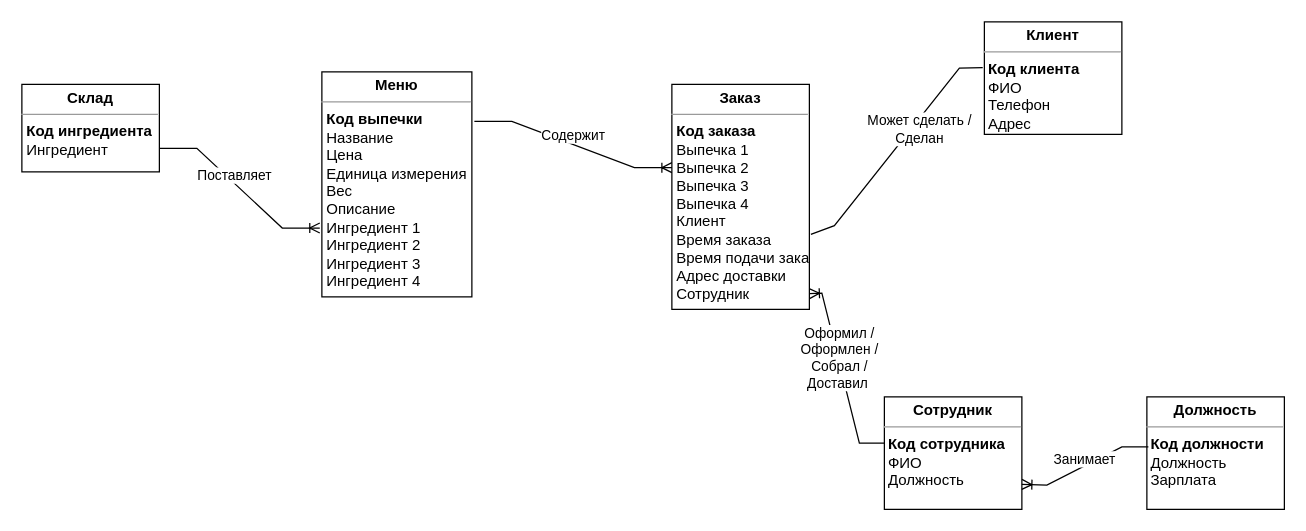
This is page "Обоснование 6" (6 of 6) of Обоснование.drawio from Rattokun/ModelRep, a draw.io file, before an edit. Source tidied: cells renumbered, new cells numbered last; positions are measured from the earlier drawing's top-left corner, leaving out a move shared by most shapes. Both pictures are drawn from the tidied source at 125%, with x=0, y=0 at pixel (21, 21).
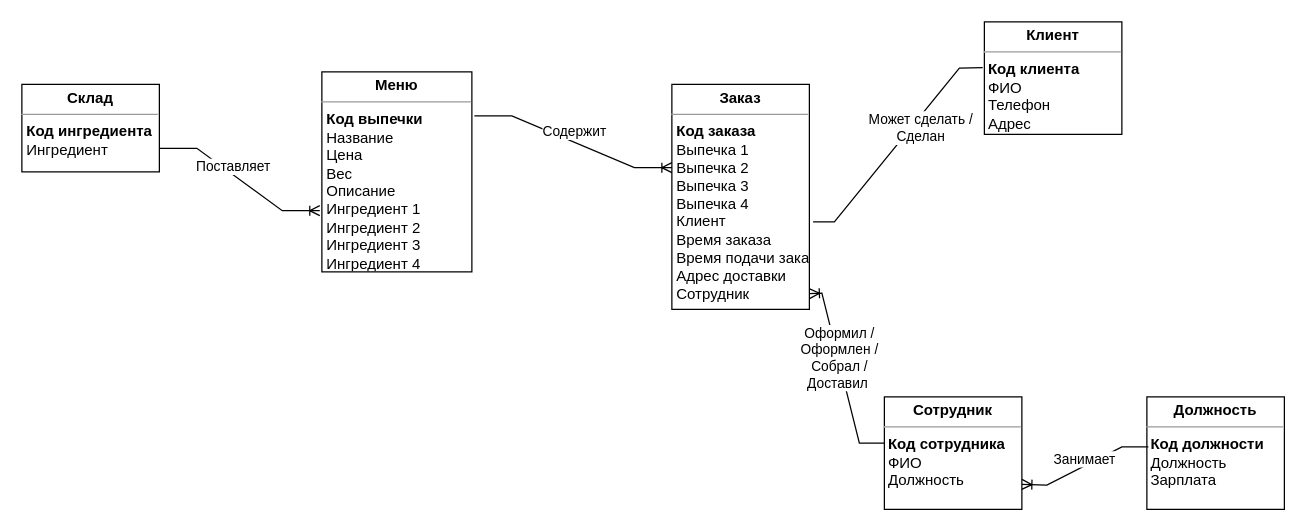
After the change.

The change refers to these unchanged cells:
```xml
<mxCell id="2" value="&lt;p style=&quot;margin: 0px ; margin-top: 4px ; text-align: center&quot;&gt;&lt;b&gt;Заказ&lt;/b&gt;&lt;/p&gt;&lt;hr size=&quot;1&quot;&gt;&lt;p style=&quot;border-color: var(--border-color); margin: 0px 0px 0px 4px;&quot;&gt;&lt;b&gt;Код заказа&lt;br&gt;&lt;/b&gt;&lt;/p&gt;&lt;p style=&quot;border-color: var(--border-color); margin: 0px 0px 0px 4px;&quot;&gt;Выпечка 1&lt;br&gt;Выпечка&amp;nbsp;2&amp;nbsp;&lt;br&gt;Выпечка&amp;nbsp;3&lt;br&gt;Выпечка&amp;nbsp;4&lt;/p&gt;&lt;p style=&quot;border-color: var(--border-color); margin: 0px 0px 0px 4px;&quot;&gt;Клиент&lt;br&gt;Время заказа&lt;/p&gt;&lt;p style=&quot;border-color: var(--border-color); margin: 0px 0px 0px 4px;&quot;&gt;Время подачи заказа&lt;/p&gt;&lt;p style=&quot;border-color: var(--border-color); margin: 0px 0px 0px 4px;&quot;&gt;Адрес доставки&lt;br&gt;Сотрудник&lt;/p&gt;" style="verticalAlign=top;align=left;overflow=fill;fontSize=12;fontFamily=Helvetica;html=1;points=[[0,0,0,0,0],[0,0.35,0,0,0],[0,0.5,0,0,0],[0,0.75,0,0,0],[0,1,0,0,0],[0.25,0,0,0,0],[0.25,1,0,0,0],[0.5,0,0,0,0],[0.5,1,0,0,0],[0.75,0,0,0,0],[0.75,1,0,0,0],[1,0,0,0,0],[1,0.25,0,0,0],[1,0.73,0,0,0],[1,0.93,0,0,0],[1,1,0,0,0]];" parent="1" vertex="1">
  <mxGeometry x="520" y="50" width="110" height="180" as="geometry" />
</mxCell>
<mxCell id="4" value="&lt;p style=&quot;margin: 0px ; margin-top: 4px ; text-align: center&quot;&gt;&lt;b&gt;Клиент&lt;/b&gt;&lt;/p&gt;&lt;hr size=&quot;1&quot;&gt;&lt;b&gt;&amp;nbsp;Код клиента&lt;/b&gt;&lt;br&gt;&amp;nbsp;ФИО&lt;br&gt;&amp;nbsp;Телефон&lt;br&gt;&amp;nbsp;Адрес" style="verticalAlign=top;align=left;overflow=fill;fontSize=12;fontFamily=Helvetica;html=1;" parent="1" vertex="1">
  <mxGeometry x="770" width="110" height="90" as="geometry" />
</mxCell>
```

The edit, as a diff of the source:
```diff
@@
-    <mxCell id="3" value="&lt;p style=&quot;margin: 0px ; margin-top: 4px ; text-align: center&quot;&gt;&lt;b&gt;Меню&lt;/b&gt;&lt;/p&gt;&lt;hr size=&quot;1&quot;&gt;&lt;p style=&quot;border-color: var(--border-color); margin: 0px 0px 0px 4px;&quot;&gt;&lt;b&gt;Код выпечки&lt;/b&gt;&lt;/p&gt;&lt;p style=&quot;border-color: var(--border-color); margin: 0px 0px 0px 4px;&quot;&gt;Название&lt;/p&gt;&lt;p style=&quot;border-color: var(--border-color); margin: 0px 0px 0px 4px;&quot;&gt;Цена&lt;/p&gt;&lt;p style=&quot;border-color: var(--border-color); margin: 0px 0px 0px 4px;&quot;&gt;Единица измерения&lt;/p&gt;&lt;p style=&quot;border-color: var(--border-color); margin: 0px 0px 0px 4px;&quot;&gt;Вес&lt;/p&gt;&lt;p style=&quot;border-color: var(--border-color); margin: 0px 0px 0px 4px;&quot;&gt;Описание&lt;/p&gt;&lt;p style=&quot;border-color: var(--border-color); margin: 0px 0px 0px 4px;&quot;&gt;Ингредиент 1&lt;br&gt;&lt;/p&gt;&lt;p style=&quot;border-color: var(--border-color); margin: 0px 0px 0px 4px;&quot;&gt;Ингредиент 2&lt;br&gt;&lt;/p&gt;&lt;p style=&quot;border-color: var(--border-color); margin: 0px 0px 0px 4px;&quot;&gt;Ингредиент 3&lt;br&gt;&lt;/p&gt;&lt;p style=&quot;border-color: var(--border-color); margin: 0px 0px 0px 4px;&quot;&gt;Ингредиент 4&lt;br&gt;&lt;/p&gt;" style="verticalAlign=top;align=left;overflow=fill;fontSize=12;fontFamily=Helvetica;html=1;points=[[0,0,0,0,0],[0,0.25,0,0,0],[0,0.5,0,0,0],[0,0.75,0,0,0],[0,1,0,0,0],[0.25,0,0,0,0],[0.25,1,0,0,0],[0.5,0,0,0,0],[0.5,1,0,0,0],[0.75,0,0,0,0],[0.75,1,0,0,0],[1,0,0,0,0],[1,0.22,0,2,0],[1,0.5,0,0,0],[1,0.75,0,0,0],[1,1,0,0,0]];" parent="1" vertex="1">
-      <mxGeometry x="240" y="40" width="120" height="180" as="geometry" />
+    <mxCell id="3" value="&lt;p style=&quot;margin: 0px ; margin-top: 4px ; text-align: center&quot;&gt;&lt;b&gt;Меню&lt;/b&gt;&lt;/p&gt;&lt;hr size=&quot;1&quot;&gt;&lt;p style=&quot;border-color: var(--border-color); margin: 0px 0px 0px 4px;&quot;&gt;&lt;b&gt;Код выпечки&lt;/b&gt;&lt;/p&gt;&lt;p style=&quot;border-color: var(--border-color); margin: 0px 0px 0px 4px;&quot;&gt;Название&lt;/p&gt;&lt;p style=&quot;border-color: var(--border-color); margin: 0px 0px 0px 4px;&quot;&gt;Цена&lt;/p&gt;&lt;p style=&quot;border-color: var(--border-color); margin: 0px 0px 0px 4px;&quot;&gt;Вес&lt;/p&gt;&lt;p style=&quot;border-color: var(--border-color); margin: 0px 0px 0px 4px;&quot;&gt;Описание&lt;/p&gt;&lt;p style=&quot;border-color: var(--border-color); margin: 0px 0px 0px 4px;&quot;&gt;Ингредиент 1&lt;br&gt;&lt;/p&gt;&lt;p style=&quot;border-color: var(--border-color); margin: 0px 0px 0px 4px;&quot;&gt;Ингредиент 2&lt;br&gt;&lt;/p&gt;&lt;p style=&quot;border-color: var(--border-color); margin: 0px 0px 0px 4px;&quot;&gt;Ингредиент 3&lt;br&gt;&lt;/p&gt;&lt;p style=&quot;border-color: var(--border-color); margin: 0px 0px 0px 4px;&quot;&gt;Ингредиент 4&lt;br&gt;&lt;/p&gt;" style="verticalAlign=top;align=left;overflow=fill;fontSize=12;fontFamily=Helvetica;html=1;points=[[0,0,0,0,0],[0,0.25,0,0,0],[0,0.5,0,0,0],[0,0.75,0,0,0],[0,1,0,0,0],[0.25,0,0,0,0],[0.25,1,0,0,0],[0.5,0,0,0,0],[0.5,1,0,0,0],[0.75,0,0,0,0],[0.75,1,0,0,0],[1,0,0,0,0],[1,0.22,0,2,0],[1,0.5,0,0,0],[1,0.75,0,0,0],[1,1,0,0,0]];" parent="1" vertex="1">
+      <mxGeometry x="240" y="40" width="120" height="160" as="geometry" />
     </mxCell>
@@
-    <mxCell id="11" style="endArrow=none;html=1;rounded=0;exitX=1.011;exitY=0.667;exitDx=0;exitDy=0;exitPerimeter=0;entryX=-0.012;entryY=0.407;entryDx=0;entryDy=0;entryPerimeter=0;" parent="1" edge="1" source="2" target="4">
+    <mxCell id="11" style="endArrow=none;html=1;rounded=0;exitX=1.027;exitY=0.611;exitDx=0;exitDy=0;exitPerimeter=0;entryX=-0.012;entryY=0.407;entryDx=0;entryDy=0;entryPerimeter=0;" parent="1" edge="1" source="2" target="4">
       <mxGeometry relative="1" as="geometry">
         <Array as="points">
-          <mxPoint x="650" y="163" />
+          <mxPoint x="650" y="160" />
           <mxPoint x="750" y="37" />
         </Array>
       </mxGeometry>
     </mxCell>
```
